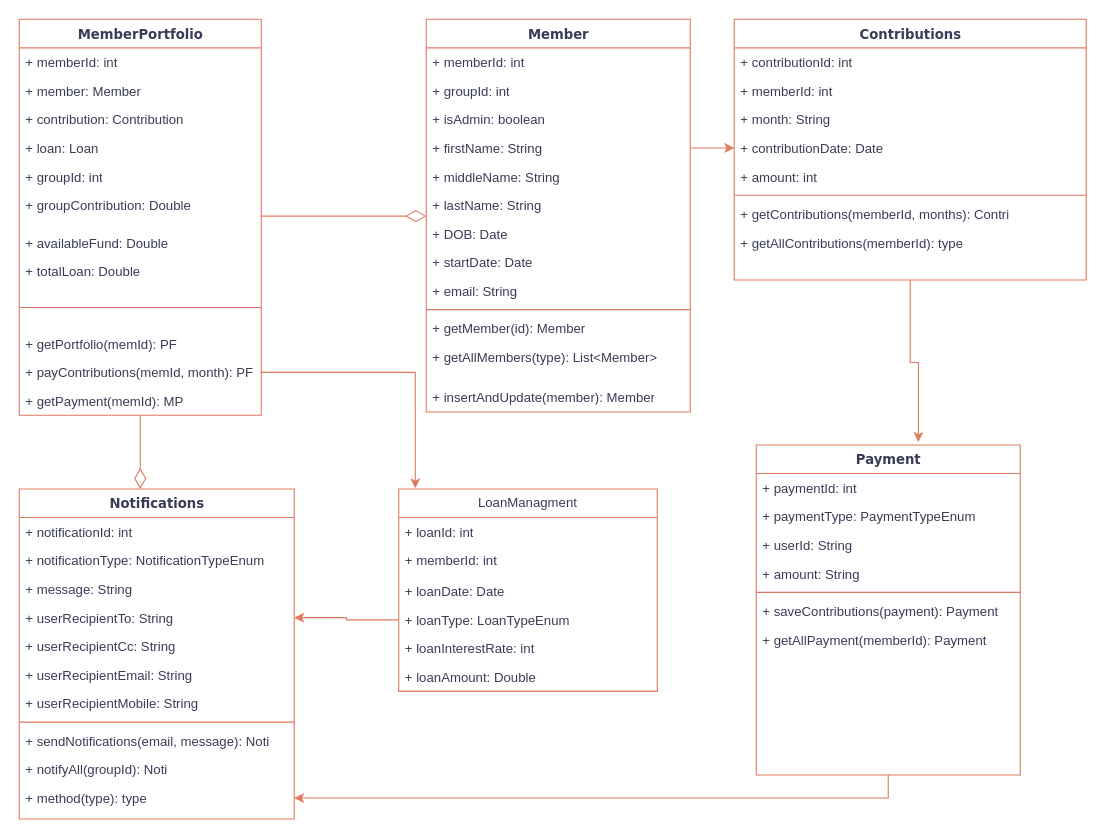
The draw.io diagram component2.drawio in Prem12/diagrams, before the edit. Source tidied: cells renumbered, new cells numbered last; positions are measured from the earlier drawing's top-left corner, leaving out a move shared by most shapes. Both pictures are drawn from the tidied source at 110%, with x=0, y=0 at pixel (19, 19).
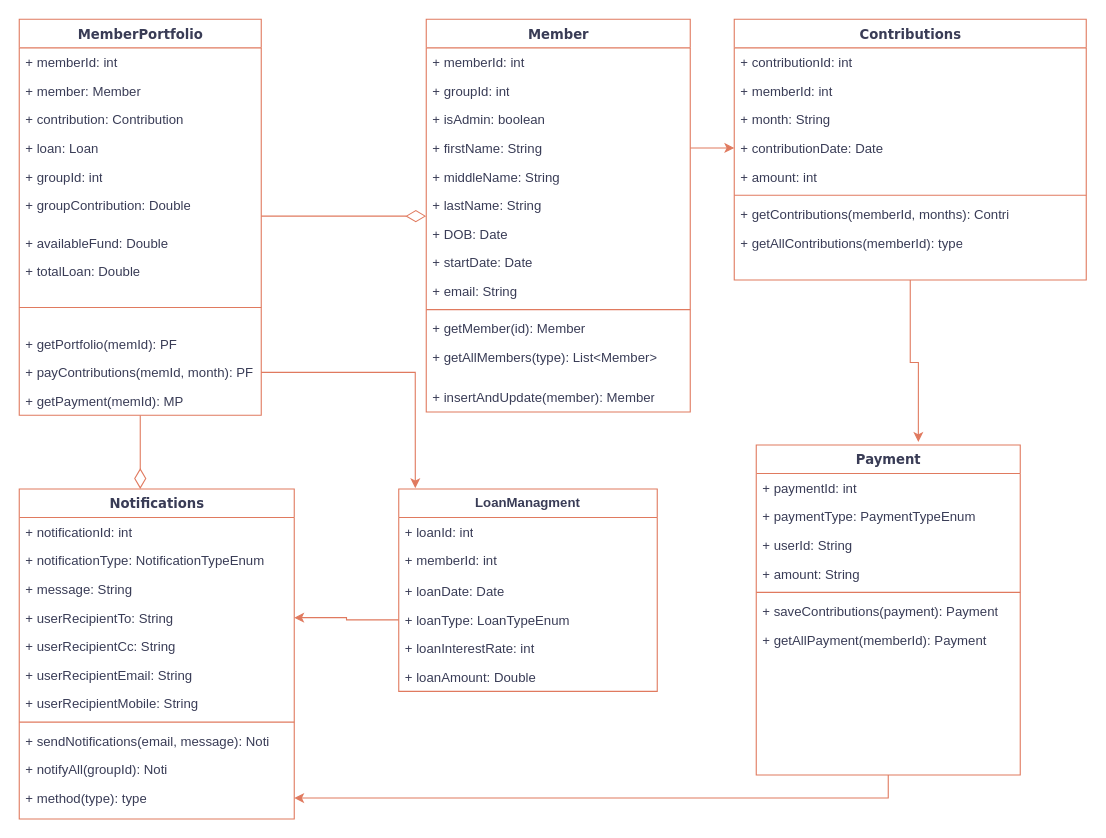
Above is the later version.

Diff of the diagram source:
```diff
@@
-    <mxCell id="61" value="LoanManagment" style="swimlane;fontStyle=0;horizontal=1;startSize=26;fillColor=none;whiteSpace=wrap;html=1;labelBackgroundColor=none;strokeColor=#E07A5F;fontColor=#393C56;" parent="1" vertex="1">
+    <mxCell id="61" value="&lt;b&gt;LoanManagment&lt;/b&gt;" style="swimlane;fontStyle=0;horizontal=1;startSize=26;fillColor=none;whiteSpace=wrap;html=1;labelBackgroundColor=none;strokeColor=#E07A5F;fontColor=#393C56;" parent="1" vertex="1">
       <mxGeometry x="345" y="427" width="235" height="184" as="geometry" />
     </mxCell>
```
